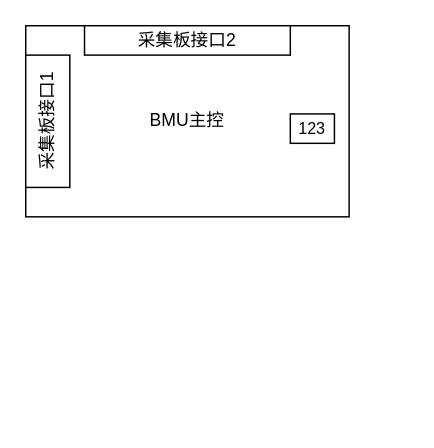
Above: BMU端子图.drawio in jingfengLu/Draw (draw.io), before the change. Source tidied: cells renumbered, new cells numbered last; positions are measured from the earlier drawing's top-left corner, leaving out a move shared by most shapes. Both pictures are drawn from the tidied source at 147%, with x=0, y=0 at pixel (25, 25).
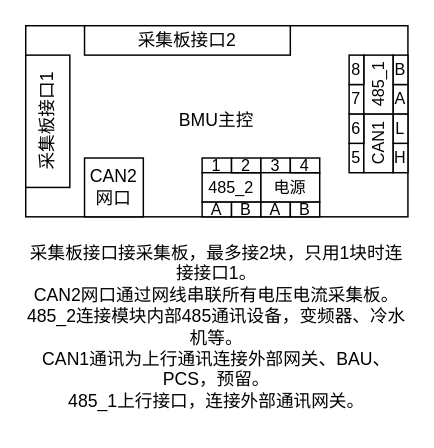
The same page after the edit.

Commit message (it also covers changes not shown here):
更新BMU端子图.drawio

Diff of the diagram source:
```diff
@@
     <mxCell id="2" value="BMU主控" style="rounded=0;whiteSpace=wrap;html=1;" parent="1" vertex="1">
-      <mxGeometry width="220" height="130" as="geometry" />
+      <mxGeometry width="260" height="130" as="geometry" />
     </mxCell>
@@
+    <mxCell id="6" style="group;" parent="1" vertex="1">
+      <mxGeometry x="120" y="90" width="80" height="40" as="geometry" />
+    </mxCell>
+    <mxCell id="7" value="&lt;p style=&quot;line-height: 100%;&quot;&gt;&lt;font style=&quot;font-size: 11px;&quot;&gt;1&lt;/font&gt;&lt;/p&gt;" style="rounded=0;whiteSpace=wrap;html=1;fontSize=8;" parent="6" vertex="1">
+      <mxGeometry width="20" height="10" as="geometry" />
+    </mxCell>
+    <mxCell id="8" value="&lt;p style=&quot;line-height: 100%;&quot;&gt;&lt;span style=&quot;font-size: 11px;&quot;&gt;485_2&lt;/span&gt;&lt;/p&gt;" style="rounded=0;whiteSpace=wrap;html=1;fontSize=8;horizontal=1;" parent="6" vertex="1">
+      <mxGeometry y="10" width="40" height="20" as="geometry" />
+    </mxCell>
+    <mxCell id="9" value="&lt;p style=&quot;line-height: 100%;&quot;&gt;&lt;font style=&quot;font-size: 11px;&quot;&gt;2&lt;/font&gt;&lt;/p&gt;" style="rounded=0;whiteSpace=wrap;html=1;fontSize=8;" parent="6" vertex="1">
+      <mxGeometry x="20" width="20" height="10" as="geometry" />
+    </mxCell>
+    <mxCell id="10" value="&lt;p style=&quot;line-height: 100%;&quot;&gt;&lt;font style=&quot;font-size: 11px;&quot;&gt;A&lt;/font&gt;&lt;/p&gt;" style="rounded=0;whiteSpace=wrap;html=1;fontSize=8;" parent="6" vertex="1">
+      <mxGeometry y="30" width="20" height="10" as="geometry" />
+    </mxCell>
+    <mxCell id="11" value="&lt;p style=&quot;line-height: 100%;&quot;&gt;&lt;font style=&quot;font-size: 11px;&quot;&gt;B&lt;/font&gt;&lt;/p&gt;" style="rounded=0;whiteSpace=wrap;html=1;fontSize=8;" parent="6" vertex="1">
+      <mxGeometry x="20" y="30" width="20" height="10" as="geometry" />
+    </mxCell>
+    <mxCell id="12" value="&lt;p style=&quot;line-height: 100%;&quot;&gt;&lt;font style=&quot;font-size: 11px;&quot;&gt;3&lt;/font&gt;&lt;/p&gt;" style="rounded=0;whiteSpace=wrap;html=1;fontSize=8;" parent="6" vertex="1">
+      <mxGeometry x="40" width="20" height="10" as="geometry" />
+    </mxCell>
+    <mxCell id="13" value="电源" style="rounded=0;whiteSpace=wrap;fontSize=11;horizontal=1;html=1;fillStyle=auto;gradientColor=none;" parent="6" vertex="1">
+      <mxGeometry x="40" y="10" width="40" height="20" as="geometry" />
+    </mxCell>
+    <mxCell id="14" value="&lt;p style=&quot;line-height: 100%;&quot;&gt;&lt;font style=&quot;font-size: 11px;&quot;&gt;4&lt;/font&gt;&lt;/p&gt;" style="rounded=0;whiteSpace=wrap;html=1;fontSize=8;" parent="6" vertex="1">
+      <mxGeometry x="60" width="20" height="10" as="geometry" />
+    </mxCell>
+    <mxCell id="15" value="&lt;p style=&quot;line-height: 100%;&quot;&gt;&lt;font style=&quot;font-size: 11px;&quot;&gt;A&lt;/font&gt;&lt;/p&gt;" style="rounded=0;whiteSpace=wrap;html=1;fontSize=8;" parent="6" vertex="1">
+      <mxGeometry x="40" y="30" width="20" height="10" as="geometry" />
+    </mxCell>
+    <mxCell id="16" value="&lt;p style=&quot;line-height: 100%;&quot;&gt;&lt;font style=&quot;font-size: 11px;&quot;&gt;B&lt;/font&gt;&lt;/p&gt;" style="rounded=0;whiteSpace=wrap;html=1;fontSize=8;" parent="6" vertex="1">
+      <mxGeometry x="60" y="30" width="20" height="10" as="geometry" />
+    </mxCell>
+    <mxCell id="17" style="group;" parent="1" vertex="1">
+      <mxGeometry x="220" y="20" width="40" height="80" as="geometry" />
+    </mxCell>
-    <mxCell id="5" value="&lt;p style=&quot;line-height: 100%;&quot;&gt;&lt;font style=&quot;font-size: 11px;&quot;&gt;123&lt;/font&gt;&lt;/p&gt;" style="rounded=0;whiteSpace=wrap;html=1;fontSize=8;" parent="1" vertex="1">
-      <mxGeometry x="180" y="60" width="30" height="20" as="geometry" />
+    <mxCell id="5" value="&lt;p style=&quot;line-height: 100%;&quot;&gt;&lt;font style=&quot;font-size: 11px;&quot;&gt;5&lt;/font&gt;&lt;/p&gt;" style="rounded=0;whiteSpace=wrap;html=1;fontSize=8;" parent="17" vertex="1">
+      <mxGeometry y="60" width="10" height="20" as="geometry" />
     </mxCell>
+    <mxCell id="18" value="&lt;p style=&quot;line-height: 100%;&quot;&gt;&lt;span style=&quot;font-size: 11px;&quot;&gt;CAN1&lt;/span&gt;&lt;/p&gt;" style="rounded=0;whiteSpace=wrap;html=1;fontSize=8;horizontal=0;" parent="17" vertex="1">
+      <mxGeometry x="10" y="40" width="20" height="40" as="geometry" />
+    </mxCell>
+    <mxCell id="19" value="&lt;p style=&quot;line-height: 100%;&quot;&gt;&lt;font style=&quot;font-size: 11px;&quot;&gt;6&lt;/font&gt;&lt;/p&gt;" style="rounded=0;whiteSpace=wrap;html=1;fontSize=8;" parent="17" vertex="1">
+      <mxGeometry y="40" width="10" height="20" as="geometry" />
+    </mxCell>
+    <mxCell id="20" value="&lt;p style=&quot;line-height: 100%;&quot;&gt;&lt;span style=&quot;font-size: 11px;&quot;&gt;H&lt;/span&gt;&lt;/p&gt;" style="rounded=0;whiteSpace=wrap;html=1;fontSize=8;" parent="17" vertex="1">
+      <mxGeometry x="30" y="60" width="10" height="20" as="geometry" />
+    </mxCell>
+    <mxCell id="21" value="&lt;p style=&quot;line-height: 100%;&quot;&gt;&lt;span style=&quot;font-size: 11px;&quot;&gt;L&lt;/span&gt;&lt;/p&gt;" style="rounded=0;whiteSpace=wrap;html=1;fontSize=8;" parent="17" vertex="1">
+      <mxGeometry x="30" y="40" width="10" height="20" as="geometry" />
+    </mxCell>
+    <mxCell id="22" value="&lt;p style=&quot;line-height: 100%;&quot;&gt;&lt;font style=&quot;font-size: 11px;&quot;&gt;7&lt;/font&gt;&lt;/p&gt;" style="rounded=0;whiteSpace=wrap;html=1;fontSize=8;" parent="17" vertex="1">
+      <mxGeometry y="20" width="10" height="20" as="geometry" />
+    </mxCell>
+    <mxCell id="23" value="&lt;p style=&quot;line-height: 100%;&quot;&gt;&lt;span style=&quot;font-size: 11px;&quot;&gt;485_1&lt;/span&gt;&lt;/p&gt;" style="rounded=0;whiteSpace=wrap;html=1;fontSize=8;horizontal=0;" parent="17" vertex="1">
+      <mxGeometry x="10" width="20" height="40" as="geometry" />
+    </mxCell>
+    <mxCell id="24" value="&lt;p style=&quot;line-height: 100%;&quot;&gt;&lt;font style=&quot;font-size: 11px;&quot;&gt;8&lt;/font&gt;&lt;/p&gt;" style="rounded=0;whiteSpace=wrap;html=1;fontSize=8;" parent="17" vertex="1">
+      <mxGeometry width="10" height="20" as="geometry" />
+    </mxCell>
+    <mxCell id="25" value="&lt;p style=&quot;line-height: 100%;&quot;&gt;&lt;span style=&quot;font-size: 11px;&quot;&gt;A&lt;/span&gt;&lt;/p&gt;" style="rounded=0;whiteSpace=wrap;html=1;fontSize=8;" parent="17" vertex="1">
+      <mxGeometry x="30" y="20" width="10" height="20" as="geometry" />
+    </mxCell>
+    <mxCell id="26" value="&lt;p style=&quot;line-height: 100%;&quot;&gt;&lt;span style=&quot;font-size: 11px;&quot;&gt;B&lt;/span&gt;&lt;/p&gt;" style="rounded=0;whiteSpace=wrap;html=1;fontSize=8;" parent="17" vertex="1">
+      <mxGeometry x="30" width="10" height="20" as="geometry" />
+    </mxCell>
+    <mxCell id="27" value="CAN2&lt;br&gt;网口" style="rounded=0;whiteSpace=wrap;html=1;verticalAlign=middle;horizontal=1;align=center;fontFamily=Helvetica;" parent="1" vertex="1">
+      <mxGeometry x="40" y="90" width="40" height="40" as="geometry" />
+    </mxCell>
+    <mxCell id="28" value="采集板接口接采集板，最多接2块，只用1块时连接接口1。&lt;br&gt;CAN2网口通过网线串联所有电压电流采集板。&lt;br&gt;485_2连接模块内部485通讯设备，变频器、冷水机等。&lt;br&gt;CAN1通讯为上行通讯连接外部网关、BAU、PCS，预留。&lt;br&gt;485_1上行接口，连接外部通讯网关。" style="text;strokeColor=none;align=center;fillColor=none;html=1;verticalAlign=middle;whiteSpace=wrap;rounded=0;" parent="1" vertex="1">
+      <mxGeometry y="140" width="260" height="130" as="geometry" />
+    </mxCell>
```
